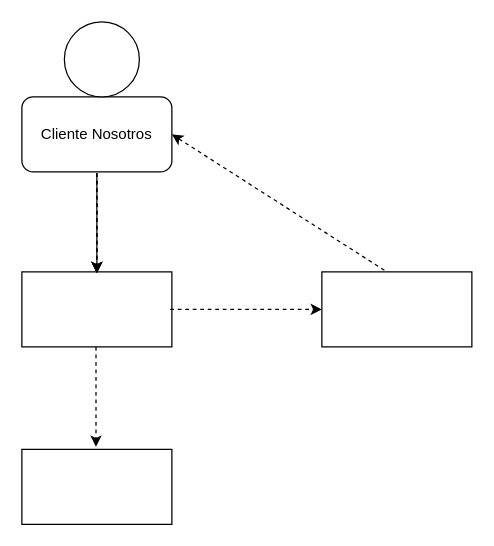
Before: Diagrama de contexto.drawio in jonathanjsp0/BP, a draw.io diagram. Source tidied: cells renumbered, new cells numbered last; positions are measured from the earlier drawing's top-left corner, leaving out a move shared by most shapes. Both pictures are drawn from the tidied source at 125%, with x=0, y=0 at pixel (21, 21).
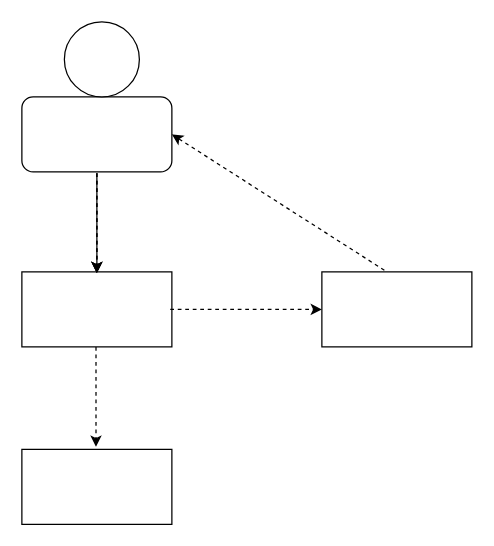
Above is the later version.

Diff of the diagram source:
```diff
@@
 <mxGraphModel>
   <root>
     <mxCell id="0" />
     <mxCell id="1" parent="0" />
     <mxCell id="2" style="rounded=0;whiteSpace=wrap;html=1;" parent="1" vertex="1">
       <mxGeometry y="200" width="120" height="60" as="geometry" />
     </mxCell>
     <mxCell id="3" style="rounded=0;whiteSpace=wrap;html=1;" parent="1" vertex="1">
       <mxGeometry y="342" width="120" height="60" as="geometry" />
     </mxCell>
     <mxCell id="4" style="rounded=0;whiteSpace=wrap;html=1;" parent="1" vertex="1">
       <mxGeometry x="240" y="200" width="120" height="60" as="geometry" />
     </mxCell>
-    <mxCell id="5" value="&lt;font&gt;Cliente Nosotros&lt;/font&gt;" style="rounded=1;whiteSpace=wrap;html=1;" parent="1" vertex="1">
+    <mxCell id="5" style="rounded=1;whiteSpace=wrap;html=1;" parent="1" vertex="1">
       <mxGeometry y="60" width="120" height="60" as="geometry" />
     </mxCell>
     <mxCell id="6" style="ellipse;whiteSpace=wrap;html=1;" parent="1" vertex="1">
       <mxGeometry x="34" width="60" height="60" as="geometry" />
     </mxCell>
     <mxCell id="7" style="endArrow=classic;html=1;rounded=0;entryX=0.5;entryY=0;entryDx=0;entryDy=0;strokeColor=default;dashed=1;" parent="1" edge="1">
       <mxGeometry relative="1" as="geometry">
         <mxPoint x="60" y="121" as="sourcePoint" />
         <mxPoint x="60" y="201" as="targetPoint" />
       </mxGeometry>
     </mxCell>
     <mxCell id="8" style="endArrow=classic;html=1;rounded=0;entryX=0.5;entryY=0;entryDx=0;entryDy=0;strokeColor=default;dashed=1;" parent="1" edge="1">
       <mxGeometry relative="1" as="geometry">
         <mxPoint x="60" y="121" as="sourcePoint" />
         <mxPoint x="60" y="201" as="targetPoint" />
       </mxGeometry>
     </mxCell>
     <mxCell id="9" style="endArrow=classic;html=1;rounded=0;entryX=0.5;entryY=0;entryDx=0;entryDy=0;strokeColor=default;dashed=1;" parent="1" edge="1">
       <mxGeometry relative="1" as="geometry">
         <mxPoint x="59.3" y="260" as="sourcePoint" />
         <mxPoint x="59.3" y="340" as="targetPoint" />
       </mxGeometry>
     </mxCell>
     <mxCell id="10" style="endArrow=classic;html=1;rounded=0;entryX=0;entryY=0.5;entryDx=0;entryDy=0;strokeColor=default;dashed=1;" parent="1" edge="1" target="4">
       <mxGeometry relative="1" as="geometry">
         <mxPoint x="118.7" y="230" as="sourcePoint" />
       </mxGeometry>
     </mxCell>
     <mxCell id="11" style="endArrow=classic;html=1; redondeado = 0; entradaX=0,5; entradaY=0; entradaDx=0; entryDy=0; strokeColor=predeterminado; dashed=1;" parent="1" edge="1">
       <mxGeometry relative="1" as="geometry">
         <mxPoint x="60" y="121" as="sourcePoint" />
         <mxPoint x="60" y="201" as="targetPoint" />
       </mxGeometry>
     </mxCell>
     <mxCell id="12" style="endArrow=classic;html=1;rounded=0;entryX=1;entryY=0.5;entryDx=0;entryDy=0;strokeColor=default;dashed=1;" parent="1" edge="1" target="5">
       <mxGeometry relative="1" as="geometry">
         <mxPoint x="290" y="198.7" as="sourcePoint" />
       </mxGeometry>
     </mxCell>
   </root>
 </mxGraphModel>
```
